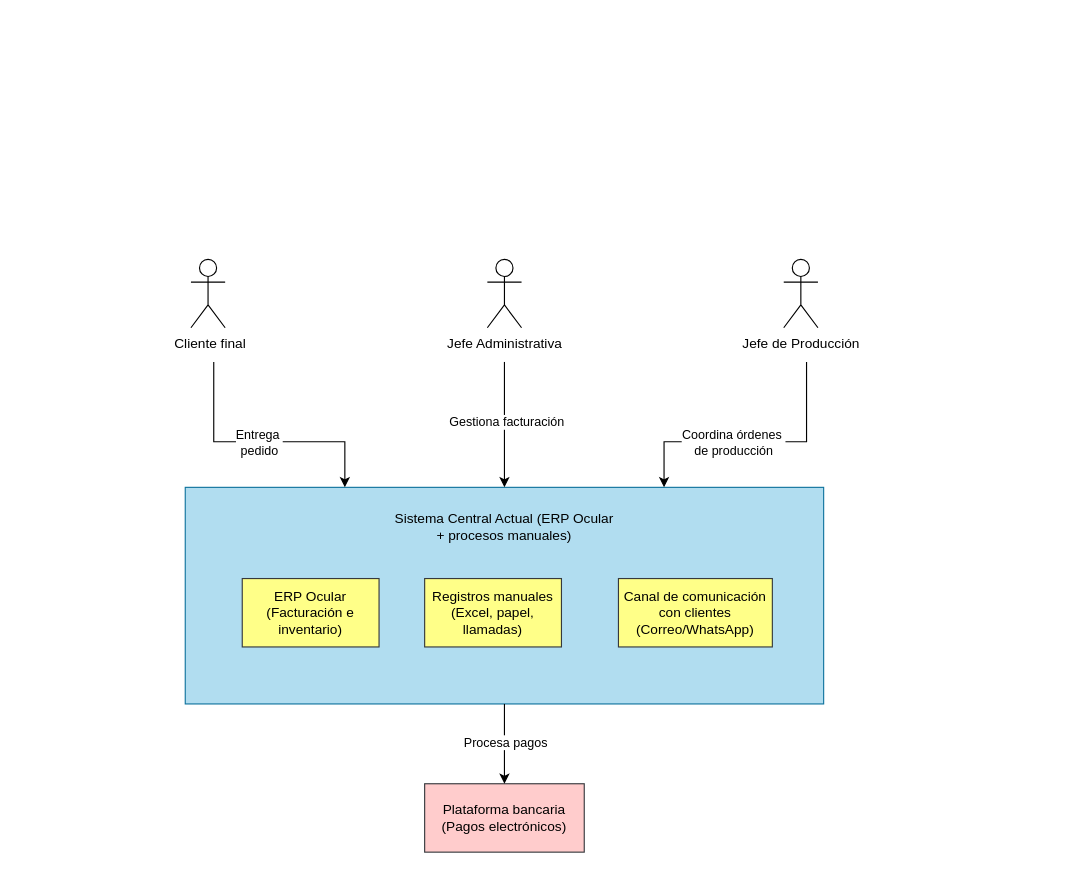
This is entrega/c2-contenedores-final.drawio from ValentinaRodRo/taller-03-arquitectura-c4, a draw.io file, before an edit. Source tidied: cells renumbered, new cells numbered last; positions are measured from the earlier drawing's top-left corner, leaving out a move shared by most shapes. Both pictures are drawn from the tidied source at 114%, with x=0, y=0 at pixel (185, 259).
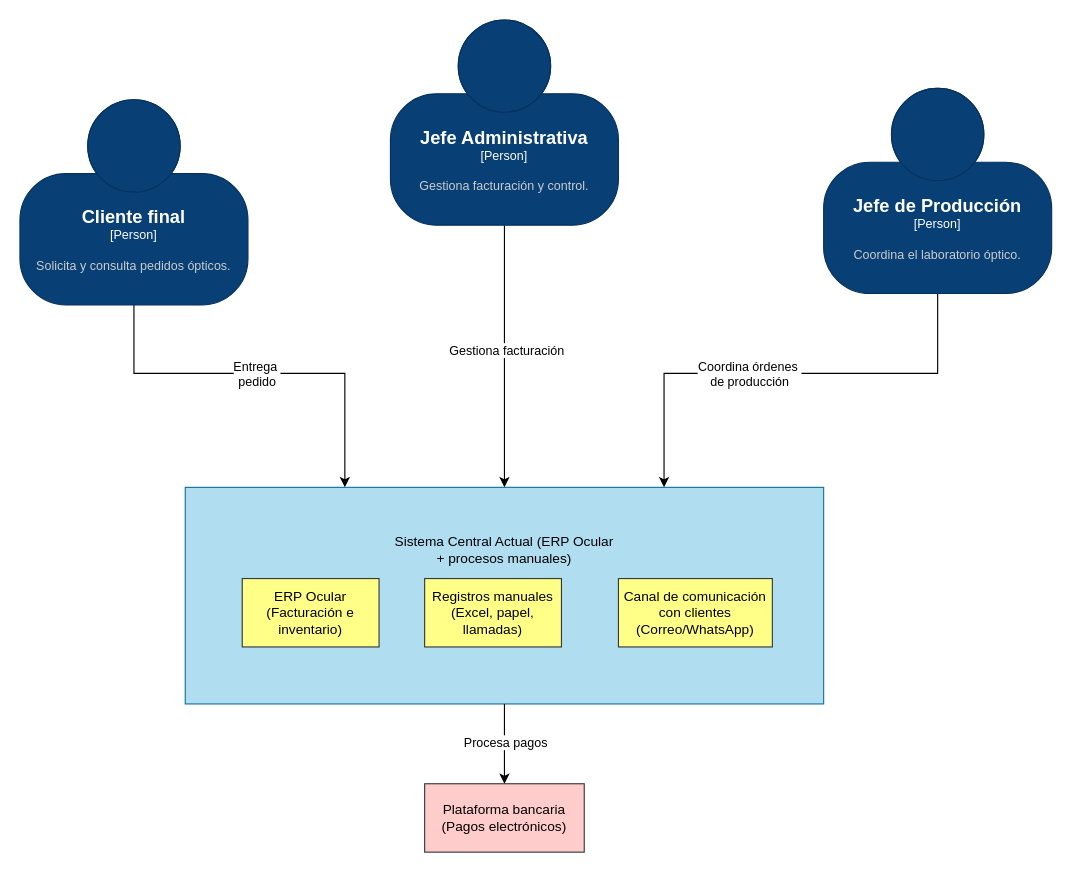
The same page after the edit.

Unchanged cells that the change refers to:
```xml
<mxCell id="5" style="rounded=0;whiteSpace=wrap;html=1;fillColor=#b1ddf0;strokeColor=#10739e;" parent="1" vertex="1">
  <mxGeometry y="200" width="560" height="190" as="geometry" />
</mxCell>
```

What changed in the source:
```diff
@@
-    <mxCell id="2" value="Jefe de Producción" style="shape=umlActor;verticalLabelPosition=bottom;verticalAlign=top;html=1;" parent="1" vertex="1">
-      <mxGeometry x="525" width="30" height="60" as="geometry" />
-    </mxCell>
-    <mxCell id="3" value="Jefe Administrativa" style="shape=umlActor;verticalLabelPosition=bottom;verticalAlign=top;html=1;" parent="1" vertex="1">
-      <mxGeometry x="265" width="30" height="60" as="geometry" />
-    </mxCell>
-    <mxCell id="4" value="&amp;nbsp;Cliente final" style="shape=umlActor;verticalLabelPosition=bottom;verticalAlign=top;html=1;" parent="1" vertex="1">
-      <mxGeometry x="5" width="30" height="60" as="geometry" />
-    </mxCell>
@@
     <mxCell id="7" value="&lt;span style=&quot;text-align: left;&quot;&gt;Sistema Central Actual&amp;nbsp;&lt;/span&gt;&lt;span style=&quot;color: light-dark(rgb(0, 0, 0), rgb(255, 255, 255)); text-align: left; background-color: transparent;&quot;&gt;(ERP Ocular + procesos manuales)&lt;/span&gt;" style="text;html=1;align=center;verticalAlign=middle;whiteSpace=wrap;rounded=0;" parent="1" vertex="1">
-      <mxGeometry x="180" y="220" width="200" height="30" as="geometry" />
+      <mxGeometry x="180" y="240" width="200" height="30" as="geometry" />
     </mxCell>
@@
-    <mxCell id="11" style="endArrow=classic;html=1;rounded=0;entryX=0.25;entryY=0;entryDx=0;entryDy=0;" parent="1" edge="1" target="5">
+    <mxCell id="11" style="endArrow=classic;html=1;rounded=0;entryX=0.25;entryY=0;entryDx=0;entryDy=0;exitX=0.5;exitY=1;exitDx=0;exitDy=0;exitPerimeter=0;" parent="1" edge="1" source="19" target="5">
       <mxGeometry relative="1" as="geometry">
-        <mxPoint x="25" y="90" as="sourcePoint" />
         <Array as="points">
-          <mxPoint x="25" y="160" />
-          <mxPoint x="140" y="160" />
+          <mxPoint x="-45" y="100" />
+          <mxPoint x="140" y="100" />
         </Array>
       </mxGeometry>
     </mxCell>
@@
-    <mxCell id="13" style="endArrow=classic;html=1;rounded=0;entryX=0.5;entryY=0;entryDx=0;entryDy=0;" parent="1" edge="1" target="5">
-      <mxGeometry relative="1" as="geometry">
-        <mxPoint x="280" y="90" as="sourcePoint" />
-      </mxGeometry>
+    <mxCell id="13" style="endArrow=classic;html=1;rounded=0;entryX=0.5;entryY=0;entryDx=0;entryDy=0;exitX=0.5;exitY=1;exitDx=0;exitDy=0;exitPerimeter=0;" parent="1" edge="1" source="20" target="5">
+      <mxGeometry relative="1" as="geometry" />
     </mxCell>
@@
-    <mxCell id="15" style="endArrow=classic;html=1;rounded=0;entryX=0.75;entryY=0;entryDx=0;entryDy=0;" parent="1" edge="1" target="5">
+    <mxCell id="15" style="endArrow=classic;html=1;rounded=0;entryX=0.75;entryY=0;entryDx=0;entryDy=0;exitX=0.5;exitY=1;exitDx=0;exitDy=0;exitPerimeter=0;" parent="1" edge="1" source="21" target="5">
       <mxGeometry relative="1" as="geometry">
-        <mxPoint x="545" y="90" as="sourcePoint" />
         <Array as="points">
-          <mxPoint x="545" y="160" />
-          <mxPoint x="420" y="160" />
+          <mxPoint x="660" y="100" />
+          <mxPoint x="420" y="100" />
         </Array>
       </mxGeometry>
     </mxCell>
@@
+    <object id="19" label="&lt;font style=&quot;font-size: 16px&quot;&gt;&lt;b&gt;%c4Name%&lt;/b&gt;&lt;/font&gt;&lt;div&gt;[%c4Type%]&lt;/div&gt;&lt;br&gt;&lt;div&gt;&lt;font style=&quot;font-size: 11px&quot;&gt;&lt;font color=&quot;#cccccc&quot;&gt;%c4Description%&lt;/font&gt;&lt;/div&gt;" c4Description="Solicita y consulta pedidos ópticos." c4Name="Cliente final" c4Type="Person" placeholders="1">
+      <mxCell style="html=1;fontSize=11;dashed=0;whiteSpace=wrap;fillColor=#083F75;strokeColor=#06315C;fontColor=#ffffff;shape=mxgraph.c4.person2;align=center;points=[[0.5,0,0],[1,0.5,0],[1,0.75,0],[0.75,1,0],[0.5,1,0],[0.25,1,0],[0,0.75,0],[0,0.5,0]];" parent="1" vertex="1">
+        <mxGeometry x="-145" y="-140" width="200" height="180" as="geometry" />
+      </mxCell>
+    </object>
+    <object id="20" label="&lt;font style=&quot;font-size: 16px&quot;&gt;&lt;b&gt;%c4Name%&lt;/b&gt;&lt;/font&gt;&lt;div&gt;[%c4Type%]&lt;/div&gt;&lt;br&gt;&lt;div&gt;&lt;font style=&quot;font-size: 11px&quot;&gt;&lt;font color=&quot;#cccccc&quot;&gt;%c4Description%&lt;/font&gt;&lt;/div&gt;" c4Description="Gestiona facturación y control." c4Name="Jefe Administrativa" c4Type="Person" placeholders="1">
+      <mxCell style="html=1;fontSize=11;dashed=0;whiteSpace=wrap;fillColor=#083F75;strokeColor=#06315C;fontColor=#ffffff;shape=mxgraph.c4.person2;align=center;points=[[0.5,0,0],[1,0.5,0],[1,0.75,0],[0.75,1,0],[0.5,1,0],[0.25,1,0],[0,0.75,0],[0,0.5,0]];" parent="1" vertex="1">
+        <mxGeometry x="180" y="-210" width="200" height="180" as="geometry" />
+      </mxCell>
+    </object>
+    <object id="21" label="&lt;font style=&quot;font-size: 16px&quot;&gt;&lt;b&gt;%c4Name%&lt;/b&gt;&lt;/font&gt;&lt;div&gt;[%c4Type%]&lt;/div&gt;&lt;br&gt;&lt;div&gt;&lt;font style=&quot;font-size: 11px&quot;&gt;&lt;font color=&quot;#cccccc&quot;&gt;%c4Description%&lt;/font&gt;&lt;/div&gt;" c4Description="Coordina el laboratorio óptico." c4Name="Jefe de Producción" c4Type="Person" placeholders="1">
+      <mxCell style="html=1;fontSize=11;dashed=0;whiteSpace=wrap;fillColor=#083F75;strokeColor=#06315C;fontColor=#ffffff;shape=mxgraph.c4.person2;align=center;points=[[0.5,0,0],[1,0.5,0],[1,0.75,0],[0.75,1,0],[0.5,1,0],[0.25,1,0],[0,0.75,0],[0,0.5,0]];" parent="1" vertex="1">
+        <mxGeometry x="560" y="-150" width="200" height="180" as="geometry" />
+      </mxCell>
+    </object>
```
